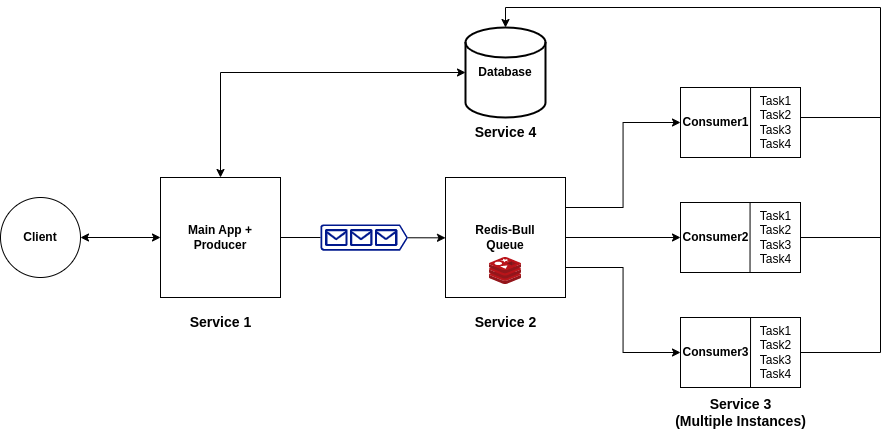
The draw.io diagram assets/Atlan_Arch.png in aryanagrawal22/Atlan-Assignment, before a commit. Source tidied: cells renumbered, new cells last; positions are measured from the earlier drawing's top-left corner, leaving out a move shared by most shapes.
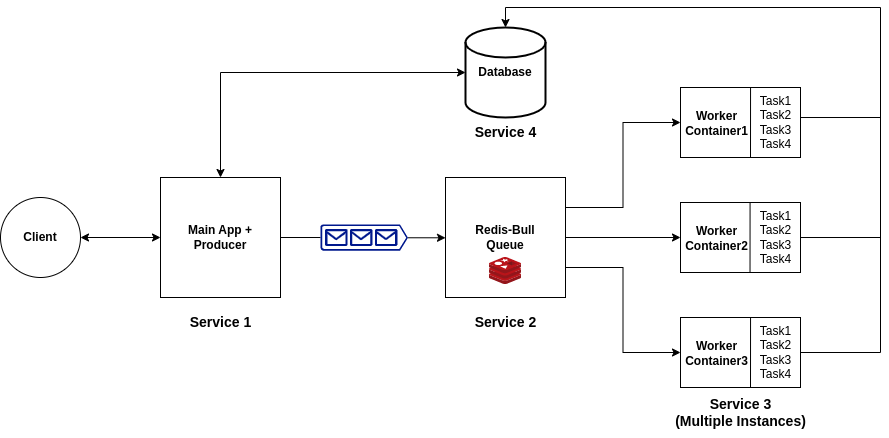
After the commit.

Change to the diagram source:
```diff
@@ -65,14 +65,14 @@
     <mxCell id="20" value="Task1&lt;br&gt;Task2&lt;br&gt;Task3&lt;br&gt;Task4" style="text;html=1;align=center;verticalAlign=middle;points=[];strokeColor=none;fillColor=none;" parent="1" vertex="1">
       <mxGeometry x="750" y="310" width="50" height="70" as="geometry" />
     </mxCell>
-    <mxCell id="21" value="&lt;b&gt;Consumer1&lt;/b&gt;" style="text;html=1;align=center;verticalAlign=middle;strokeColor=none;fillColor=none;" parent="1" vertex="1">
-      <mxGeometry x="670" y="100" width="90" height="30" as="geometry" />
+    <mxCell id="21" value="&lt;b&gt;Worker&lt;br&gt;Container1&lt;br&gt;&lt;/b&gt;" style="text;html=1;align=center;verticalAlign=middle;strokeColor=none;fillColor=none;" parent="1" vertex="1">
+      <mxGeometry x="675" y="95" width="81" height="41" as="geometry" />
     </mxCell>
-    <mxCell id="22" value="&lt;b&gt;Consumer2&lt;/b&gt;" style="text;html=1;align=center;verticalAlign=middle;strokeColor=none;fillColor=none;" parent="1" vertex="1">
-      <mxGeometry x="670" y="215" width="90" height="30" as="geometry" />
+    <mxCell id="22" value="&lt;b&gt;Worker&lt;br&gt;Container2&lt;/b&gt;" style="text;html=1;align=center;verticalAlign=middle;strokeColor=none;fillColor=none;" parent="1" vertex="1">
+      <mxGeometry x="675" y="210" width="81" height="41" as="geometry" />
     </mxCell>
-    <mxCell id="23" value="&lt;b&gt;Consumer3&lt;/b&gt;" style="text;html=1;align=center;verticalAlign=middle;strokeColor=none;fillColor=none;" parent="1" vertex="1">
-      <mxGeometry x="670" y="330" width="90" height="30" as="geometry" />
+    <mxCell id="23" value="&lt;b&gt;Worker&lt;br&gt;Container3&lt;/b&gt;" style="text;html=1;align=center;verticalAlign=middle;strokeColor=none;fillColor=none;" parent="1" vertex="1">
+      <mxGeometry x="675" y="325" width="81" height="41" as="geometry" />
     </mxCell>
     <mxCell id="24" style="endArrow=none;html=1;rounded=0;entryX=0.081;entryY=0.006;entryDx=0;entryDy=0;entryPerimeter=0;exitX=0.08;exitY=1.001;exitDx=0;exitDy=0;exitPerimeter=0;" parent="1" edge="1">
       <mxGeometry relative="1" as="geometry">
```
